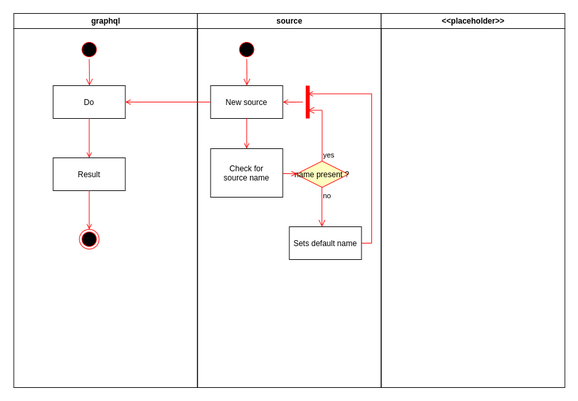
Before: architecture/uml/activity/graphql-graphql-go-architecture-activity.drawio.png, a diagram exported from draw.io (chris-ramon/thesis-graphql-go). Source tidied: cells renumbered, new cells last; positions are measured from the earlier drawing's top-left corner, leaving out a move shared by most shapes.
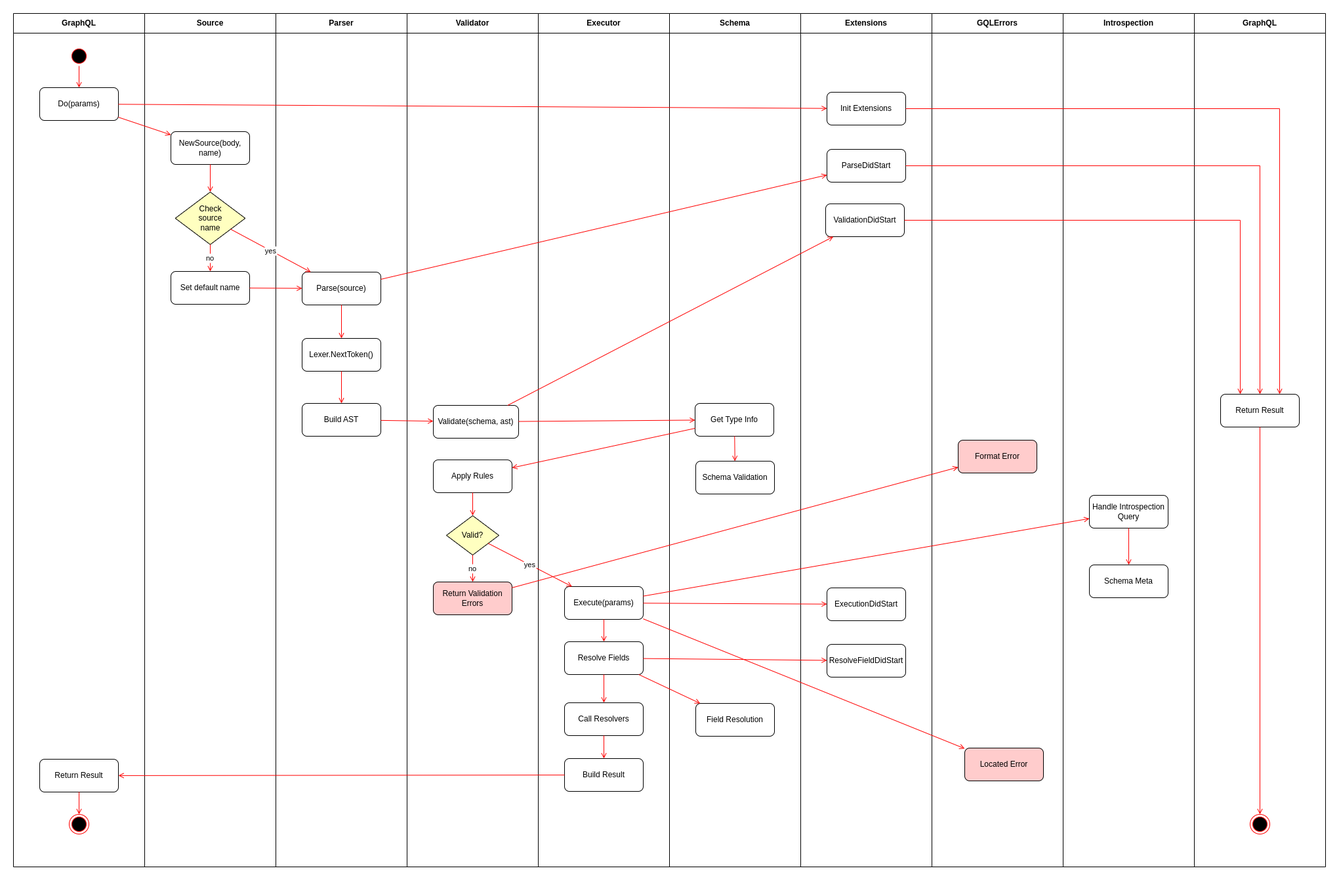
After the commit.

Commit message:
architecture/uml/activity: updates PNG file

Change to the diagram source:
```diff
@@ -2,87 +2,233 @@
   <root>
     <mxCell id="0" />
     <mxCell id="1" parent="0" />
-    <mxCell id="2" value="graphql" style="swimlane;whiteSpace=wrap;" parent="1" vertex="1">
-      <mxGeometry x="0.5" width="280" height="570" as="geometry" />
-    </mxCell>
-    <mxCell id="3" style="ellipse;shape=startState;fillColor=#000000;strokeColor=#ff0000;" parent="2" vertex="1">
-      <mxGeometry x="100" y="40" width="30" height="30" as="geometry" />
-    </mxCell>
-    <mxCell id="4" style="edgeStyle=elbowEdgeStyle;elbow=horizontal;verticalAlign=bottom;endArrow=open;endSize=8;strokeColor=#FF0000;endFill=1;rounded=0;" parent="2" edge="1" source="3" target="5">
-      <mxGeometry x="100" y="40" as="geometry" />
-    </mxCell>
-    <mxCell id="5" value="Do" parent="2" vertex="1">
-      <mxGeometry x="60" y="110" width="110" height="50" as="geometry" />
-    </mxCell>
-    <mxCell id="6" value="Result" parent="2" vertex="1">
-      <mxGeometry x="60" y="220" width="110" height="50" as="geometry" />
-    </mxCell>
-    <mxCell id="7" style="endArrow=open;strokeColor=#FF0000;endFill=1;rounded=0;" parent="2" edge="1" source="5" target="6">
-      <mxGeometry relative="1" as="geometry" />
-    </mxCell>
-    <mxCell id="8" style="ellipse;shape=endState;fillColor=#000000;strokeColor=#ff0000;" parent="2" vertex="1">
-      <mxGeometry x="100" y="329" width="30" height="30" as="geometry" />
-    </mxCell>
-    <mxCell id="9" style="endArrow=open;strokeColor=#FF0000;endFill=1;rounded=0;exitX=0.5;exitY=1;exitDx=0;exitDy=0;" parent="2" edge="1" source="6" target="8">
-      <mxGeometry relative="1" as="geometry" />
-    </mxCell>
-    <mxCell id="10" value="source" style="swimlane;whiteSpace=wrap;startSize=23;" parent="1" vertex="1">
-      <mxGeometry x="280.5" width="280" height="570" as="geometry" />
-    </mxCell>
-    <mxCell id="11" style="ellipse;shape=startState;fillColor=#000000;strokeColor=#ff0000;" parent="10" vertex="1">
-      <mxGeometry x="60" y="40" width="30" height="30" as="geometry" />
-    </mxCell>
-    <mxCell id="12" style="edgeStyle=elbowEdgeStyle;elbow=horizontal;verticalAlign=bottom;endArrow=open;endSize=8;strokeColor=#FF0000;endFill=1;rounded=0;" parent="10" edge="1" source="11" target="13">
-      <mxGeometry x="40" y="20" as="geometry" />
-    </mxCell>
-    <mxCell id="13" value="New source" parent="10" vertex="1">
-      <mxGeometry x="20" y="110" width="110" height="50" as="geometry" />
-    </mxCell>
-    <mxCell id="14" value="Check for&#10;source name" style="direction=south;" parent="10" vertex="1">
-      <mxGeometry x="20" y="206" width="110" height="74" as="geometry" />
-    </mxCell>
-    <mxCell id="15" style="endArrow=open;strokeColor=#FF0000;endFill=1;rounded=0;" parent="10" edge="1" source="13" target="14">
-      <mxGeometry relative="1" as="geometry" />
-    </mxCell>
-    <mxCell id="16" value="name present ?" style="rhombus;fillColor=#ffffc0;strokeColor=#ff0000;" parent="10" vertex="1">
-      <mxGeometry x="150" y="225" width="80" height="40" as="geometry" />
-    </mxCell>
-    <mxCell id="17" value="no" style="edgeStyle=elbowEdgeStyle;elbow=horizontal;align=left;verticalAlign=top;endArrow=open;endSize=8;strokeColor=#FF0000;endFill=1;rounded=0;" parent="10" edge="1" source="16" target="19">
-      <mxGeometry x="-1" relative="1" as="geometry" />
-    </mxCell>
-    <mxCell id="18" style="endArrow=open;strokeColor=#FF0000;endFill=1;rounded=0;" parent="10" edge="1" source="14" target="16">
-      <mxGeometry relative="1" as="geometry" />
-    </mxCell>
-    <mxCell id="19" value="Sets default name" parent="10" vertex="1">
-      <mxGeometry x="140" y="325" width="110" height="50" as="geometry" />
-    </mxCell>
-    <mxCell id="20" value="&lt;&lt;placeholder&gt;&gt;" style="swimlane;whiteSpace=wrap;" parent="1" vertex="1">
-      <mxGeometry x="560.5" width="280" height="570" as="geometry" />
-    </mxCell>
-    <mxCell id="21" style="endArrow=open;strokeColor=#FF0000;endFill=1;rounded=0;entryX=1;entryY=0.5;entryDx=0;entryDy=0;exitX=0;exitY=0.5;exitDx=0;exitDy=0;" parent="1" edge="1" source="13" target="5">
-      <mxGeometry relative="1" as="geometry" />
-    </mxCell>
-    <mxCell id="22" value="yes" style="edgeStyle=elbowEdgeStyle;elbow=horizontal;align=left;verticalAlign=bottom;endArrow=open;endSize=8;strokeColor=#FF0000;exitX=0.5;exitY=0;endFill=1;rounded=0;entryX=0.75;entryY=0.5;entryDx=0;entryDy=0;entryPerimeter=0;" parent="1" edge="1" target="24">
-      <mxGeometry x="-1" relative="1" as="geometry">
-        <mxPoint x="470.5" y="225" as="sourcePoint" />
-        <Array as="points">
-          <mxPoint x="470.5" y="180" />
-        </Array>
-      </mxGeometry>
-    </mxCell>
-    <mxCell id="23" style="edgeStyle=orthogonalEdgeStyle;rounded=0;jettySize=auto;html=1;strokeColor=#FF0000;endArrow=open;endFill=0;" parent="1" edge="1" source="24" target="13">
-      <mxGeometry relative="1" as="geometry" />
-    </mxCell>
-    <mxCell id="24" style="shape=line;strokeWidth=6;strokeColor=#ff0000;rotation=90;" parent="1" vertex="1">
-      <mxGeometry x="423.5" y="127.5" width="50" height="15" as="geometry" />
-    </mxCell>
-    <mxCell id="25" style="edgeStyle=orthogonalEdgeStyle;rounded=0;jettySize=auto;html=1;endArrow=open;endFill=0;strokeColor=#FF0000;entryX=0.25;entryY=0.5;entryDx=0;entryDy=0;entryPerimeter=0;" parent="1" edge="1" source="19" target="24">
-      <mxGeometry relative="1" as="geometry">
-        <Array as="points">
-          <mxPoint x="546" y="350" />
-          <mxPoint x="546" y="122" />
-        </Array>
-      </mxGeometry>
-    </mxCell>
+    <mxCell id="26" value="GraphQL" style="swimlane;whiteSpace=wrap;startSize=30;" parent="1" vertex="1">
+      <mxGeometry x="-114" y="-78" width="200" height="1300" as="geometry" />
+    </mxCell>
+    <mxCell id="27" style="ellipse;shape=startState;fillColor=#000000;strokeColor=#ff0000;" parent="26" vertex="1">
+      <mxGeometry x="85" y="50" width="30" height="30" as="geometry" />
+    </mxCell>
+    <mxCell id="28" value="Do(params)" style="rounded=1;whiteSpace=wrap;html=1;" parent="26" vertex="1">
+      <mxGeometry x="40" y="113" width="120" height="50" as="geometry" />
+    </mxCell>
+    <mxCell id="29" value="Return Result" style="rounded=1;whiteSpace=wrap;html=1;" parent="26" vertex="1">
+      <mxGeometry x="40" y="1136" width="120" height="50" as="geometry" />
+    </mxCell>
+    <mxCell id="30" style="ellipse;shape=endState;fillColor=#000000;strokeColor=#ff0000;" parent="26" vertex="1">
+      <mxGeometry x="85" y="1220" width="30" height="30" as="geometry" />
+    </mxCell>
+    <mxCell id="31" value="Source" style="swimlane;whiteSpace=wrap;startSize=30;" parent="1" vertex="1">
+      <mxGeometry x="86" y="-78" width="200" height="1300" as="geometry" />
+    </mxCell>
+    <mxCell id="32" value="NewSource(body, name)" style="rounded=1;whiteSpace=wrap;html=1;" parent="31" vertex="1">
+      <mxGeometry x="40" y="180" width="120" height="50" as="geometry" />
+    </mxCell>
+    <mxCell id="33" value="Check&lt;div&gt;source&lt;/div&gt;&lt;div&gt;name&lt;/div&gt;" style="rhombus;whiteSpace=wrap;html=1;fillColor=#ffffc0;" parent="31" vertex="1">
+      <mxGeometry x="46.7" y="272" width="106.7" height="80" as="geometry" />
+    </mxCell>
+    <mxCell id="34" value="Set default name" style="rounded=1;whiteSpace=wrap;html=1;" parent="31" vertex="1">
+      <mxGeometry x="40" y="393" width="120" height="50" as="geometry" />
+    </mxCell>
+    <mxCell id="35" value="Parser" style="swimlane;whiteSpace=wrap;startSize=30;" parent="1" vertex="1">
+      <mxGeometry x="286" y="-78" width="200" height="1300" as="geometry" />
+    </mxCell>
+    <mxCell id="36" value="Parse(source)" style="rounded=1;whiteSpace=wrap;html=1;" parent="35" vertex="1">
+      <mxGeometry x="40" y="394" width="120" height="50" as="geometry" />
+    </mxCell>
+    <mxCell id="37" value="Lexer.NextToken()" style="rounded=1;whiteSpace=wrap;html=1;" parent="35" vertex="1">
+      <mxGeometry x="40" y="495" width="120" height="50" as="geometry" />
+    </mxCell>
+    <mxCell id="38" value="Build AST" style="rounded=1;whiteSpace=wrap;html=1;" parent="35" vertex="1">
+      <mxGeometry x="40" y="594" width="120" height="50" as="geometry" />
+    </mxCell>
+    <mxCell id="39" value="Validator" style="swimlane;whiteSpace=wrap;startSize=30;" parent="1" vertex="1">
+      <mxGeometry x="486" y="-78" width="200" height="1300" as="geometry" />
+    </mxCell>
+    <mxCell id="40" value="Validate(schema, ast)" style="rounded=1;whiteSpace=wrap;html=1;" parent="39" vertex="1">
+      <mxGeometry x="40" y="597" width="130" height="50" as="geometry" />
+    </mxCell>
+    <mxCell id="41" value="Apply Rules" style="rounded=1;whiteSpace=wrap;html=1;" parent="39" vertex="1">
+      <mxGeometry x="40" y="680" width="120" height="50" as="geometry" />
+    </mxCell>
+    <mxCell id="42" value="Valid?" style="rhombus;whiteSpace=wrap;html=1;fillColor=#ffffc0;" parent="39" vertex="1">
+      <mxGeometry x="60" y="765" width="80" height="60" as="geometry" />
+    </mxCell>
+    <mxCell id="43" value="Return Validation Errors" style="rounded=1;whiteSpace=wrap;html=1;fillColor=#ffcccc;" parent="39" vertex="1">
+      <mxGeometry x="40" y="866" width="120" height="50" as="geometry" />
+    </mxCell>
+    <mxCell id="44" value="Executor" style="swimlane;whiteSpace=wrap;startSize=30;" parent="1" vertex="1">
+      <mxGeometry x="686" y="-78" width="200" height="1300" as="geometry" />
+    </mxCell>
+    <mxCell id="45" value="Execute(params)" style="rounded=1;whiteSpace=wrap;html=1;" parent="44" vertex="1">
+      <mxGeometry x="40" y="873" width="120" height="50" as="geometry" />
+    </mxCell>
+    <mxCell id="46" value="Resolve Fields" style="rounded=1;whiteSpace=wrap;html=1;" parent="44" vertex="1">
+      <mxGeometry x="40" y="957" width="120" height="50" as="geometry" />
+    </mxCell>
+    <mxCell id="47" value="Call Resolvers" style="rounded=1;whiteSpace=wrap;html=1;" parent="44" vertex="1">
+      <mxGeometry x="40" y="1050" width="120" height="50" as="geometry" />
+    </mxCell>
+    <mxCell id="48" value="Build Result" style="rounded=1;whiteSpace=wrap;html=1;" parent="44" vertex="1">
+      <mxGeometry x="40" y="1135" width="120" height="50" as="geometry" />
+    </mxCell>
+    <mxCell id="49" value="Schema" style="swimlane;whiteSpace=wrap;startSize=30;" parent="1" vertex="1">
+      <mxGeometry x="886" y="-78" width="200" height="1300" as="geometry" />
+    </mxCell>
+    <mxCell id="50" value="Get Type Info" style="rounded=1;whiteSpace=wrap;html=1;" parent="49" vertex="1">
+      <mxGeometry x="39" y="594" width="120" height="50" as="geometry" />
+    </mxCell>
+    <mxCell id="51" value="Schema Validation" style="rounded=1;whiteSpace=wrap;html=1;" parent="49" vertex="1">
+      <mxGeometry x="40" y="682" width="120" height="50" as="geometry" />
+    </mxCell>
+    <mxCell id="52" value="Field Resolution" style="rounded=1;whiteSpace=wrap;html=1;" parent="49" vertex="1">
+      <mxGeometry x="40" y="1051" width="120" height="50" as="geometry" />
+    </mxCell>
+    <mxCell id="53" value="Extensions" style="swimlane;whiteSpace=wrap;startSize=30;" parent="1" vertex="1">
+      <mxGeometry x="1086" y="-78" width="200" height="1300" as="geometry" />
+    </mxCell>
+    <mxCell id="54" value="Init Extensions" style="rounded=1;whiteSpace=wrap;html=1;" parent="53" vertex="1">
+      <mxGeometry x="40" y="120" width="120" height="50" as="geometry" />
+    </mxCell>
+    <mxCell id="55" value="ParseDidStart" style="rounded=1;whiteSpace=wrap;html=1;" parent="53" vertex="1">
+      <mxGeometry x="40" y="207" width="120" height="50" as="geometry" />
+    </mxCell>
+    <mxCell id="56" value="ValidationDidStart" style="rounded=1;whiteSpace=wrap;html=1;" parent="53" vertex="1">
+      <mxGeometry x="38" y="290" width="120" height="50" as="geometry" />
+    </mxCell>
+    <mxCell id="57" value="ExecutionDidStart" style="rounded=1;whiteSpace=wrap;html=1;" parent="53" vertex="1">
+      <mxGeometry x="40" y="875" width="120" height="50" as="geometry" />
+    </mxCell>
+    <mxCell id="58" value="ResolveFieldDidStart" style="rounded=1;whiteSpace=wrap;html=1;" parent="53" vertex="1">
+      <mxGeometry x="40" y="961" width="120" height="50" as="geometry" />
+    </mxCell>
+    <mxCell id="59" value="GQLErrors" style="swimlane;whiteSpace=wrap;startSize=30;" parent="1" vertex="1">
+      <mxGeometry x="1286" y="-78" width="200" height="1300" as="geometry" />
+    </mxCell>
+    <mxCell id="60" value="Format Error" style="rounded=1;whiteSpace=wrap;html=1;fillColor=#ffcccc;" parent="59" vertex="1">
+      <mxGeometry x="40" y="650" width="120" height="50" as="geometry" />
+    </mxCell>
+    <mxCell id="61" value="Located Error" style="rounded=1;whiteSpace=wrap;html=1;fillColor=#ffcccc;" parent="59" vertex="1">
+      <mxGeometry x="50" y="1119" width="120" height="50" as="geometry" />
+    </mxCell>
+    <mxCell id="62" value="Introspection" style="swimlane;whiteSpace=wrap;startSize=30;" parent="1" vertex="1">
+      <mxGeometry x="1486" y="-78" width="200" height="1300" as="geometry" />
+    </mxCell>
+    <mxCell id="63" value="Handle Introspection Query" style="rounded=1;whiteSpace=wrap;html=1;" parent="62" vertex="1">
+      <mxGeometry x="40" y="734" width="120" height="50" as="geometry" />
+    </mxCell>
+    <mxCell id="64" value="Schema Meta" style="rounded=1;whiteSpace=wrap;html=1;" parent="62" vertex="1">
+      <mxGeometry x="40" y="840" width="120" height="50" as="geometry" />
+    </mxCell>
+    <mxCell id="65" style="endArrow=open;strokeColor=#FF0000;endFill=1;rounded=0;" parent="1" edge="1" source="27" target="28">
+      <mxGeometry relative="1" as="geometry" />
+    </mxCell>
+    <mxCell id="66" style="endArrow=open;strokeColor=#FF0000;endFill=1;rounded=0;" parent="1" edge="1" source="28" target="32">
+      <mxGeometry relative="1" as="geometry" />
+    </mxCell>
+    <mxCell id="67" style="endArrow=open;strokeColor=#FF0000;endFill=1;rounded=0;" parent="1" edge="1" source="28" target="54">
+      <mxGeometry relative="1" as="geometry" />
+    </mxCell>
+    <mxCell id="68" style="endArrow=open;strokeColor=#FF0000;endFill=1;rounded=0;" parent="1" edge="1" source="32" target="33">
+      <mxGeometry relative="1" as="geometry" />
+    </mxCell>
+    <mxCell id="69" value="no" style="endArrow=open;strokeColor=#FF0000;endFill=1;rounded=0;" parent="1" edge="1" source="33" target="34">
+      <mxGeometry relative="1" as="geometry" />
+    </mxCell>
+    <mxCell id="70" style="endArrow=open;strokeColor=#FF0000;endFill=1;rounded=0;" parent="1" edge="1" source="34" target="36">
+      <mxGeometry relative="1" as="geometry" />
+    </mxCell>
+    <mxCell id="71" value="yes" style="endArrow=open;strokeColor=#FF0000;endFill=1;rounded=0;" parent="1" edge="1" source="33" target="36">
+      <mxGeometry relative="1" as="geometry" />
+    </mxCell>
+    <mxCell id="72" style="endArrow=open;strokeColor=#FF0000;endFill=1;rounded=0;" parent="1" edge="1" source="36" target="37">
+      <mxGeometry relative="1" as="geometry" />
+    </mxCell>
+    <mxCell id="73" style="endArrow=open;strokeColor=#FF0000;endFill=1;rounded=0;" parent="1" edge="1" source="36" target="55">
+      <mxGeometry relative="1" as="geometry" />
+    </mxCell>
+    <mxCell id="74" style="endArrow=open;strokeColor=#FF0000;endFill=1;rounded=0;" parent="1" edge="1" source="37" target="38">
+      <mxGeometry relative="1" as="geometry" />
+    </mxCell>
+    <mxCell id="75" style="endArrow=open;strokeColor=#FF0000;endFill=1;rounded=0;" parent="1" edge="1" source="38" target="40">
+      <mxGeometry relative="1" as="geometry" />
+    </mxCell>
+    <mxCell id="76" style="endArrow=open;strokeColor=#FF0000;endFill=1;rounded=0;" parent="1" edge="1" source="40" target="50">
+      <mxGeometry relative="1" as="geometry" />
+    </mxCell>
+    <mxCell id="77" style="endArrow=open;strokeColor=#FF0000;endFill=1;rounded=0;" parent="1" edge="1" source="40" target="56">
+      <mxGeometry relative="1" as="geometry" />
+    </mxCell>
+    <mxCell id="78" style="endArrow=open;strokeColor=#FF0000;endFill=1;rounded=0;" parent="1" edge="1" source="50" target="41">
+      <mxGeometry relative="1" as="geometry" />
+    </mxCell>
+    <mxCell id="79" style="endArrow=open;strokeColor=#FF0000;endFill=1;rounded=0;" parent="1" edge="1" source="50" target="51">
+      <mxGeometry relative="1" as="geometry" />
+    </mxCell>
+    <mxCell id="80" style="endArrow=open;strokeColor=#FF0000;endFill=1;rounded=0;" parent="1" edge="1" source="41" target="42">
+      <mxGeometry relative="1" as="geometry" />
+    </mxCell>
+    <mxCell id="81" value="no" style="endArrow=open;strokeColor=#FF0000;endFill=1;rounded=0;" parent="1" edge="1" source="42" target="43">
+      <mxGeometry relative="1" as="geometry" />
+    </mxCell>
+    <mxCell id="82" style="endArrow=open;strokeColor=#FF0000;endFill=1;rounded=0;" parent="1" edge="1" source="43" target="60">
+      <mxGeometry relative="1" as="geometry" />
+    </mxCell>
+    <mxCell id="83" value="yes" style="endArrow=open;strokeColor=#FF0000;endFill=1;rounded=0;" parent="1" edge="1" source="42" target="45">
+      <mxGeometry relative="1" as="geometry" />
+    </mxCell>
+    <mxCell id="84" style="endArrow=open;strokeColor=#FF0000;endFill=1;rounded=0;" parent="1" edge="1" source="45" target="57">
+      <mxGeometry relative="1" as="geometry" />
+    </mxCell>
+    <mxCell id="85" style="endArrow=open;strokeColor=#FF0000;endFill=1;rounded=0;" parent="1" edge="1" source="45" target="61">
+      <mxGeometry relative="1" as="geometry" />
+    </mxCell>
+    <mxCell id="86" style="endArrow=open;strokeColor=#FF0000;endFill=1;rounded=0;" parent="1" edge="1" source="45" target="63">
+      <mxGeometry relative="1" as="geometry" />
+    </mxCell>
+    <mxCell id="87" style="endArrow=open;strokeColor=#FF0000;endFill=1;rounded=0;" parent="1" edge="1" source="45" target="46">
+      <mxGeometry relative="1" as="geometry" />
+    </mxCell>
+    <mxCell id="88" style="endArrow=open;strokeColor=#FF0000;endFill=1;rounded=0;" parent="1" edge="1" source="46" target="52">
+      <mxGeometry relative="1" as="geometry" />
+    </mxCell>
+    <mxCell id="89" style="endArrow=open;strokeColor=#FF0000;endFill=1;rounded=0;" parent="1" edge="1" source="46" target="58">
+      <mxGeometry relative="1" as="geometry" />
+    </mxCell>
+    <mxCell id="90" style="endArrow=open;strokeColor=#FF0000;endFill=1;rounded=0;" parent="1" edge="1" source="46" target="47">
+      <mxGeometry relative="1" as="geometry" />
+    </mxCell>
+    <mxCell id="91" style="endArrow=open;strokeColor=#FF0000;endFill=1;rounded=0;" parent="1" edge="1" source="63" target="64">
+      <mxGeometry relative="1" as="geometry" />
+    </mxCell>
+    <mxCell id="92" style="endArrow=open;strokeColor=#FF0000;endFill=1;rounded=0;" parent="1" edge="1" source="47" target="48">
+      <mxGeometry relative="1" as="geometry" />
+    </mxCell>
+    <mxCell id="93" style="endArrow=open;strokeColor=#FF0000;endFill=1;rounded=0;" parent="1" edge="1" source="48" target="29">
+      <mxGeometry relative="1" as="geometry" />
+    </mxCell>
+    <mxCell id="94" style="endArrow=open;strokeColor=#FF0000;endFill=1;rounded=0;" parent="1" edge="1" source="29" target="30">
+      <mxGeometry relative="1" as="geometry" />
+    </mxCell>
+    <mxCell id="95" value="GraphQL" style="swimlane;whiteSpace=wrap;startSize=30;" parent="1" vertex="1">
+      <mxGeometry x="1686" y="-78" width="200" height="1300" as="geometry" />
+    </mxCell>
+    <mxCell id="96" value="Return Result" style="rounded=1;whiteSpace=wrap;html=1;" parent="95" vertex="1">
+      <mxGeometry x="40" y="580" width="120" height="50" as="geometry" />
+    </mxCell>
+    <mxCell id="97" style="ellipse;shape=endState;fillColor=#000000;strokeColor=#ff0000;" parent="95" vertex="1">
+      <mxGeometry x="85" y="1220" width="30" height="30" as="geometry" />
+    </mxCell>
+    <mxCell id="98" style="endArrow=open;strokeColor=#FF0000;endFill=1;rounded=0;exitX=0.5;exitY=1;exitDx=0;exitDy=0;entryX=0.5;entryY=0;entryDx=0;entryDy=0;" parent="95" edge="1" source="96" target="97">
+      <mxGeometry relative="1" as="geometry" />
+    </mxCell>
+    <mxCell id="99" style="edgeStyle=orthogonalEdgeStyle;rounded=0;jettySize=auto;html=1;strokeColor=#FF0000;endArrow=open;endFill=0;entryX=0.75;entryY=0;entryDx=0;entryDy=0;" parent="1" edge="1" source="54" target="96">
+      <mxGeometry relative="1" as="geometry" />
+    </mxCell>
+    <mxCell id="100" style="edgeStyle=orthogonalEdgeStyle;rounded=0;jettySize=auto;html=1;strokeColor=#FF0000;endArrow=open;endFill=0;entryX=0.5;entryY=0;entryDx=0;entryDy=0;exitX=1;exitY=0.5;exitDx=0;exitDy=0;" parent="1" edge="1" source="55" target="96">
+      <mxGeometry relative="1" as="geometry" />
+    </mxCell>
+    <mxCell id="101" style="edgeStyle=orthogonalEdgeStyle;rounded=0;jettySize=auto;html=1;strokeColor=#FF0000;endArrow=open;endFill=0;exitX=1;exitY=0.5;exitDx=0;exitDy=0;entryX=0.25;entryY=0;entryDx=0;entryDy=0;" parent="1" edge="1" source="56" target="96">
+      <mxGeometry relative="1" as="geometry" />
+    </mxCell>
   </root>
 </mxGraphModel>
```
